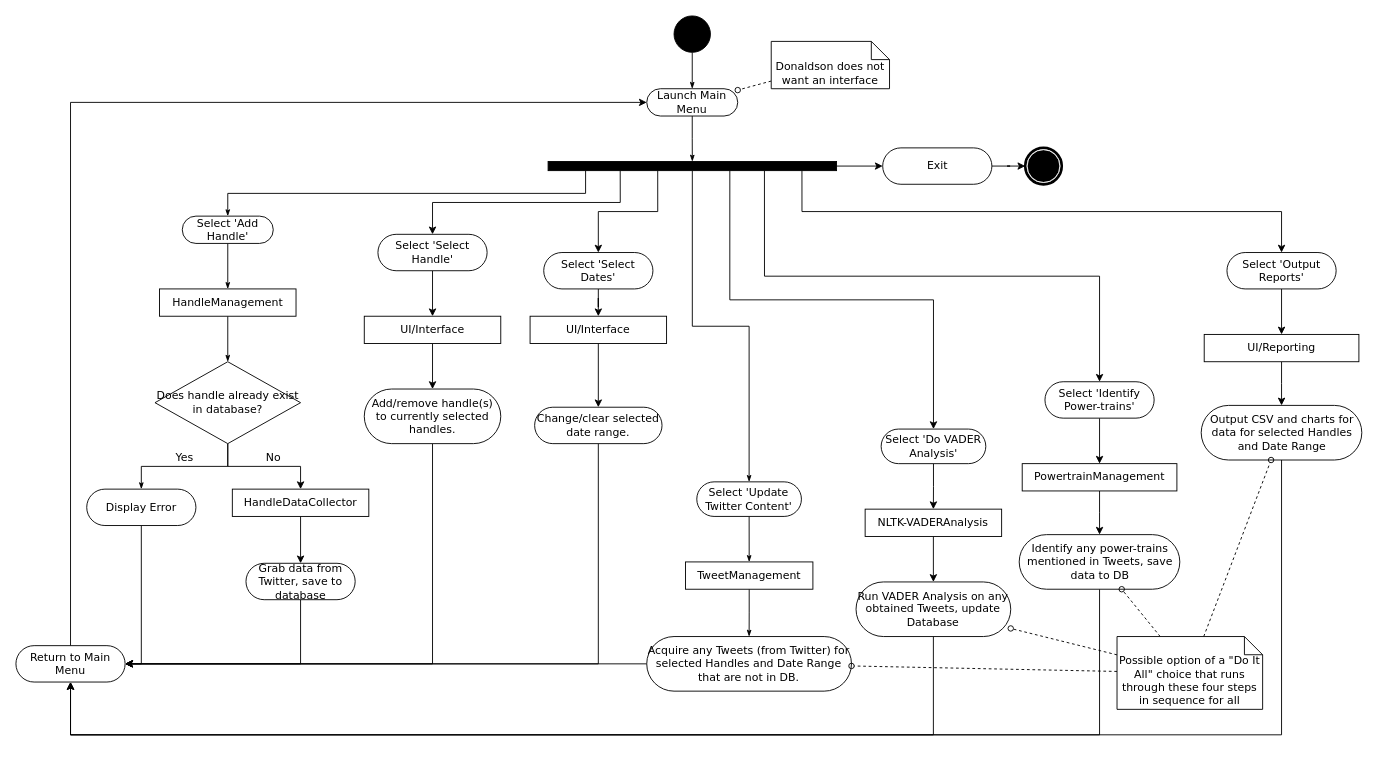
Above: uml/dynamic.drawio in agarcia169/4306-Donaldson-Project (draw.io), before the change. Source tidied: cells renumbered, new cells numbered last; positions are measured from the earlier drawing's top-left corner, leaving out a move shared by most shapes. Both pictures are drawn from the tidied source at 91%, with x=0, y=0 at pixel (15, 15).
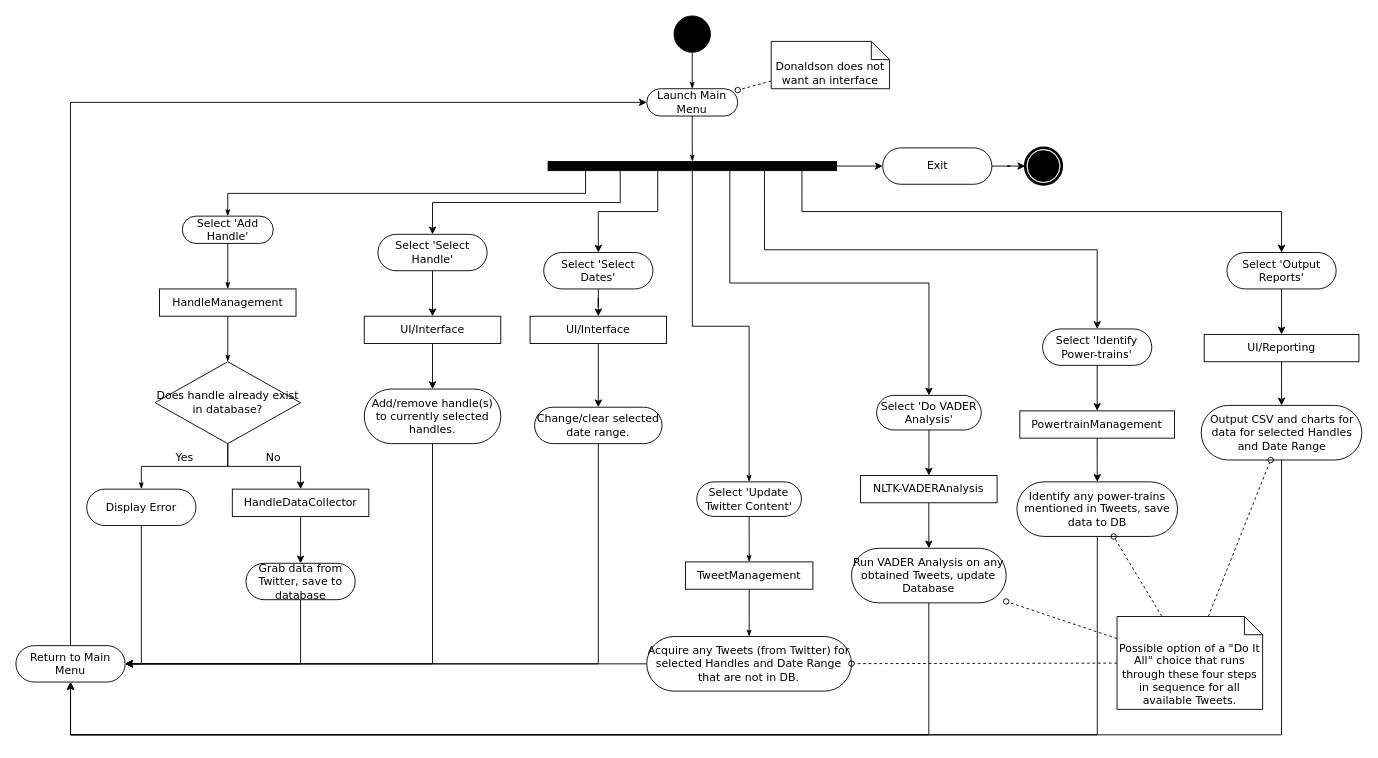
After the change.

The change refers to these unchanged cells:
```xml
<mxCell id="44" value="Return to Main Menu" style="rounded=1;whiteSpace=wrap;html=1;shadow=0;comic=0;labelBackgroundColor=none;strokeWidth=1;fontFamily=Verdana;fontSize=12;align=center;arcSize=50;" parent="1" vertex="1">
  <mxGeometry y="692" width="120" height="40" as="geometry" />
</mxCell>
```

The edit, as a diff of the source:
```diff
@@
     <mxCell id="48" value="Run VADER Analysis on any obtained Tweets, update Database" style="rounded=1;whiteSpace=wrap;html=1;shadow=0;comic=0;labelBackgroundColor=none;strokeWidth=1;fontFamily=Verdana;fontSize=12;align=center;arcSize=50;" parent="1" vertex="1">
-      <mxGeometry x="923.2" y="622" width="170" height="60" as="geometry" />
+      <mxGeometry x="918.2" y="585" width="170" height="60" as="geometry" />
     </mxCell>
     <mxCell id="49" style="edgeStyle=orthogonalEdgeStyle;rounded=0;jettySize=auto;html=1;fontFamily=Verdana;fontSize=12;endArrow=classic;endFill=1;" parent="1" edge="1" source="50" target="44">
       <mxGeometry relative="1" as="geometry">
         <Array as="points">
-          <mxPoint x="1191" y="790" />
+          <mxPoint x="1188" y="790" />
           <mxPoint x="60" y="790" />
         </Array>
       </mxGeometry>
     </mxCell>
     <mxCell id="50" value="Identify any power-trains mentioned in Tweets, save data to DB" style="rounded=1;whiteSpace=wrap;html=1;shadow=0;comic=0;labelBackgroundColor=none;strokeWidth=1;fontFamily=Verdana;fontSize=12;align=center;arcSize=50;" parent="1" vertex="1">
-      <mxGeometry x="1102.5" y="570" width="176.5" height="60" as="geometry" />
+      <mxGeometry x="1100" y="512" width="176.5" height="60" as="geometry" />
     </mxCell>
@@
     <mxCell id="52" value="&lt;div&gt;NLTK-VADERAnalysis&lt;/div&gt;" style="rounded=0;whiteSpace=wrap;html=1;shadow=0;comic=0;labelBackgroundColor=none;strokeWidth=1;fontFamily=Verdana;fontSize=12;align=center;arcSize=50;" parent="1" vertex="1">
-      <mxGeometry x="933.2" y="542" width="150" height="30" as="geometry" />
+      <mxGeometry x="928.2" y="505" width="150" height="30" as="geometry" />
     </mxCell>
@@
     <mxCell id="54" value="PowertrainManagement" style="rounded=0;whiteSpace=wrap;html=1;shadow=0;comic=0;labelBackgroundColor=none;strokeWidth=1;fontFamily=Verdana;fontSize=12;align=center;arcSize=50;" parent="1" vertex="1">
-      <mxGeometry x="1105.8" y="492" width="170" height="30" as="geometry" />
+      <mxGeometry x="1103.2" y="434" width="170" height="30" as="geometry" />
     </mxCell>
@@
     <mxCell id="56" value="Select 'Do VADER Analysis'" style="rounded=1;whiteSpace=wrap;html=1;shadow=0;comic=0;labelBackgroundColor=none;strokeWidth=1;fontFamily=Verdana;fontSize=12;align=center;arcSize=50;" parent="1" vertex="1">
-      <mxGeometry x="950.8" y="454" width="115" height="38" as="geometry" />
+      <mxGeometry x="945.8" y="417" width="115" height="38" as="geometry" />
     </mxCell>
@@
     <mxCell id="58" value="Select 'Identify Power-trains'" style="rounded=1;whiteSpace=wrap;html=1;shadow=0;comic=0;labelBackgroundColor=none;strokeWidth=1;fontFamily=Verdana;fontSize=12;align=center;arcSize=50;fillColor=default;" parent="1" vertex="1">
-      <mxGeometry x="1130.8" y="402" width="120" height="40" as="geometry" />
+      <mxGeometry x="1128.2" y="344" width="120" height="40" as="geometry" />
     </mxCell>
@@
-    <mxCell id="75" value="&lt;div&gt;Possible option of a &quot;Do It All&quot; choice that runs through these four steps in sequence for all &lt;br&gt;&lt;/div&gt;" style="shape=note;whiteSpace=wrap;html=1;rounded=0;shadow=0;comic=0;labelBackgroundColor=none;strokeWidth=1;fontFamily=Verdana;fontSize=12;align=center;size=20;labelPosition=center;verticalLabelPosition=middle;verticalAlign=bottom;" parent="1" vertex="1">
-      <mxGeometry x="1210" y="682" width="160" height="80" as="geometry" />
+    <mxCell id="75" value="&lt;div&gt;Possible option of a &quot;Do It All&quot; choice that runs through these four steps in sequence for all &lt;br&gt;&lt;/div&gt;available Tweets." style="shape=note;whiteSpace=wrap;html=1;rounded=0;shadow=0;comic=0;labelBackgroundColor=none;strokeWidth=1;fontFamily=Verdana;fontSize=12;align=center;size=20;labelPosition=center;verticalLabelPosition=middle;verticalAlign=bottom;" parent="1" vertex="1">
+      <mxGeometry x="1210" y="660" width="160" height="102" as="geometry" />
     </mxCell>
```
